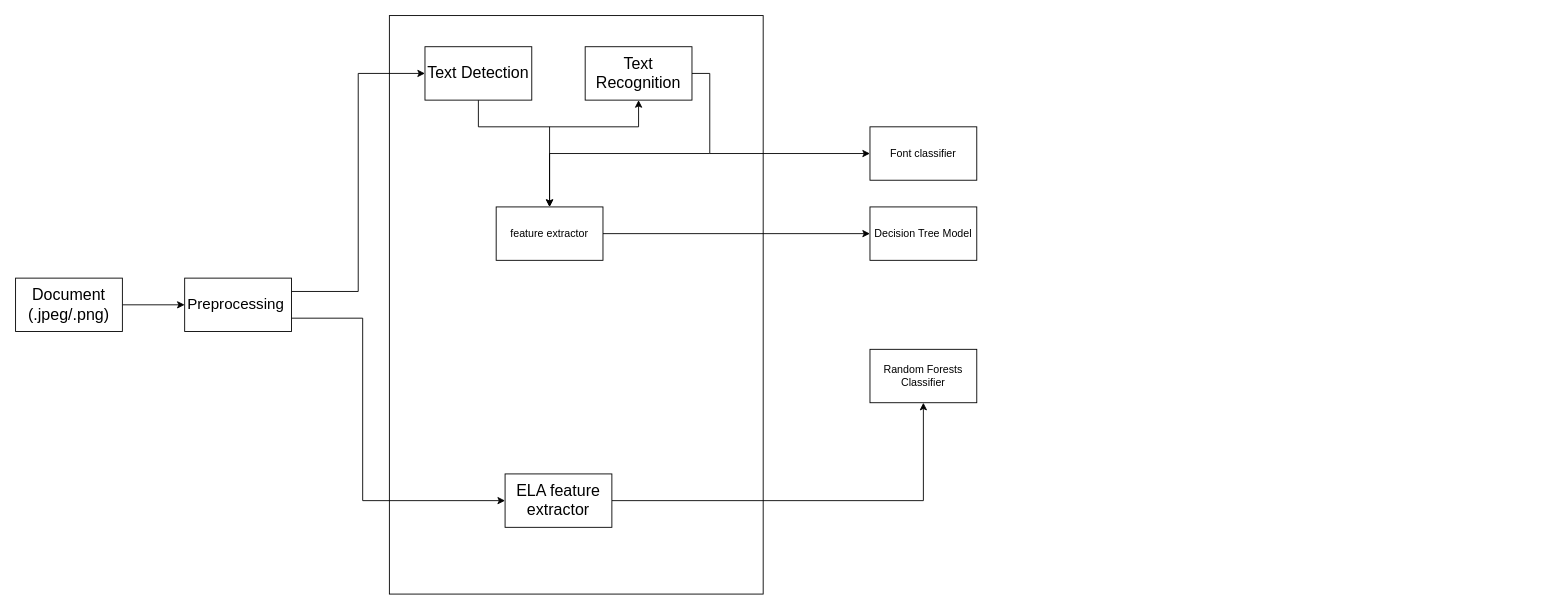
ShauryaBhardwaj/CSF425 keeps this draw.io diagram as Untitled Diagram.drawio. Above is the earlier version. Source tidied: cells renumbered, new cells numbered last; positions are measured from the earlier drawing's top-left corner, leaving out a move shared by most shapes. Both pictures are drawn from the tidied source at 89%, with x=0, y=0 at pixel (15, 15).
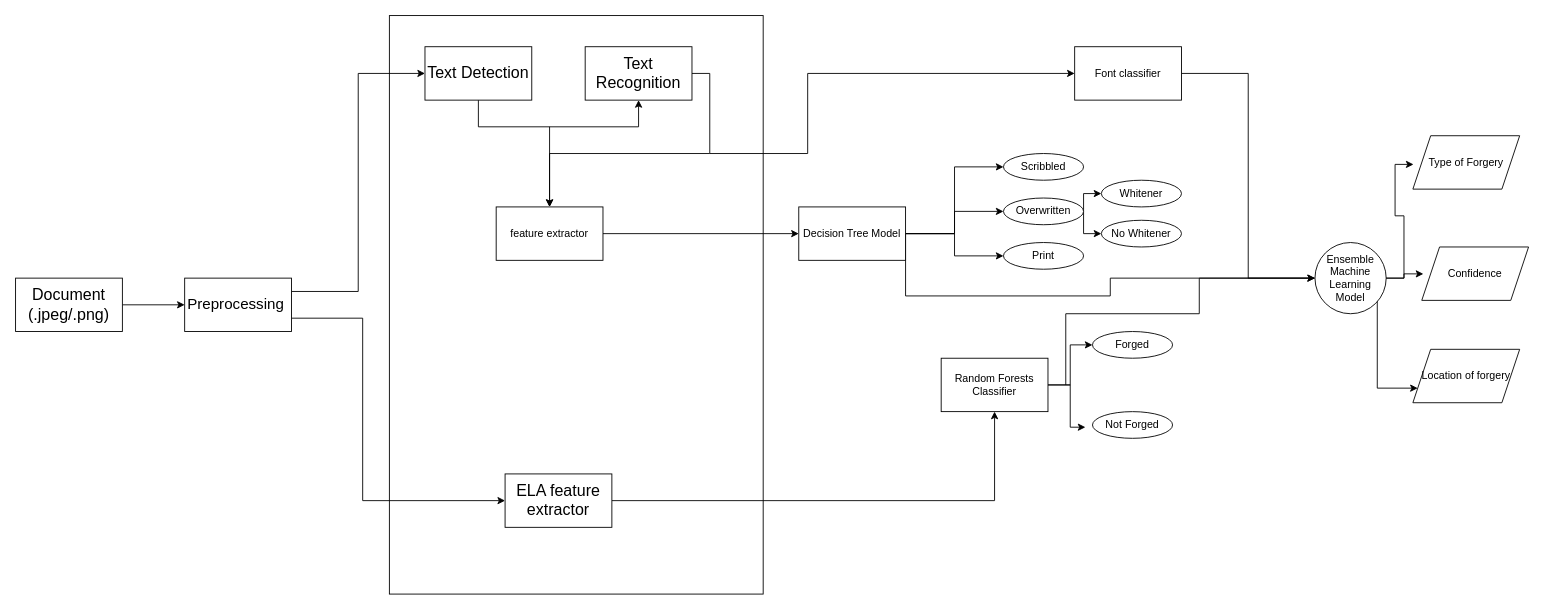
After the change.

What changed in the source:
```diff
@@
+    <mxCell id="21" style="edgeStyle=orthogonalEdgeStyle;rounded=0;jettySize=auto;html=1;exitX=1;exitY=0.5;exitDx=0;exitDy=0;entryX=0;entryY=0.5;entryDx=0;entryDy=0;" parent="1" edge="1" source="14" target="35">
+      <mxGeometry relative="1" as="geometry" />
+    </mxCell>
+    <mxCell id="22" style="edgeStyle=orthogonalEdgeStyle;rounded=0;orthogonalLoop=1;jettySize=auto;html=1;exitX=1;exitY=0.5;exitDx=0;exitDy=0;entryX=0;entryY=0.5;entryDx=0;entryDy=0;" parent="1" edge="1">
+      <mxGeometry relative="1" as="geometry">
+        <mxPoint x="1180" y="415" as="sourcePoint" />
+        <mxPoint x="1480" y="295" as="targetPoint" />
+        <Array as="points">
+          <mxPoint x="1180" y="335" />
+          <mxPoint x="1330" y="335" />
+          <mxPoint x="1330" y="295" />
+        </Array>
+      </mxGeometry>
+    </mxCell>
     <mxCell id="14" value="Random Forests Classifier" style="whiteSpace=wrap;html=1;rounded=0;" parent="1" vertex="1">
-      <mxGeometry x="960" y="375" width="120" height="60" as="geometry" />
+      <mxGeometry x="1040" y="385" width="120" height="60" as="geometry" />
     </mxCell>
@@
+    <mxCell id="23" style="edgeStyle=orthogonalEdgeStyle;rounded=0;jettySize=auto;html=1;exitX=1;exitY=0.5;exitDx=0;exitDy=0;entryX=0;entryY=0.5;entryDx=0;entryDy=0;" parent="1" edge="1" source="18" target="28">
+      <mxGeometry relative="1" as="geometry" />
+    </mxCell>
+    <mxCell id="24" style="edgeStyle=orthogonalEdgeStyle;rounded=0;jettySize=auto;html=1;exitX=1;exitY=0.5;exitDx=0;exitDy=0;entryX=0;entryY=0.5;entryDx=0;entryDy=0;" parent="1" edge="1" source="18" target="31">
+      <mxGeometry relative="1" as="geometry" />
+    </mxCell>
+    <mxCell id="25" style="edgeStyle=orthogonalEdgeStyle;rounded=0;jettySize=auto;html=1;exitX=1;exitY=0.5;exitDx=0;exitDy=0;entryX=0;entryY=0.5;entryDx=0;entryDy=0;" parent="1" edge="1" source="18" target="32">
+      <mxGeometry relative="1" as="geometry" />
+    </mxCell>
+    <mxCell id="26" style="edgeStyle=orthogonalEdgeStyle;rounded=0;jettySize=auto;html=1;exitX=1;exitY=0.5;exitDx=0;exitDy=0;entryX=0;entryY=0.5;entryDx=0;entryDy=0;" parent="1" edge="1" source="18" target="39">
+      <mxGeometry relative="1" as="geometry">
+        <Array as="points">
+          <mxPoint x="1000" y="315" />
+          <mxPoint x="1230" y="315" />
+          <mxPoint x="1230" y="295" />
+        </Array>
+      </mxGeometry>
+    </mxCell>
     <mxCell id="18" value="Decision Tree Model" style="whiteSpace=wrap;html=1;rounded=0;" parent="1" vertex="1">
-      <mxGeometry x="960" y="215" width="120" height="60" as="geometry" />
+      <mxGeometry x="880" y="215" width="120" height="60" as="geometry" />
     </mxCell>
     <mxCell id="19" style="endArrow=classic;html=1;rounded=0;entryX=0;entryY=0.5;entryDx=0;entryDy=0;" parent="1" edge="1" target="20">
       <mxGeometry relative="1" as="geometry">
         <mxPoint x="780" y="155" as="sourcePoint" />
+        <Array as="points">
+          <mxPoint x="890" y="155" />
+          <mxPoint x="890" y="65" />
+        </Array>
       </mxGeometry>
     </mxCell>
+    <mxCell id="27" style="edgeStyle=orthogonalEdgeStyle;rounded=0;jettySize=auto;html=1;exitX=1;exitY=0.5;exitDx=0;exitDy=0;entryX=0;entryY=0.5;entryDx=0;entryDy=0;" parent="1" edge="1" source="20" target="39">
+      <mxGeometry relative="1" as="geometry" />
+    </mxCell>
     <mxCell id="20" value="Font classifier" style="rounded=0;whiteSpace=wrap;html=1;" parent="1" vertex="1">
-      <mxGeometry x="960" y="125" width="120" height="60" as="geometry" />
+      <mxGeometry x="1190" y="35" width="120" height="60" as="geometry" />
     </mxCell>
+    <mxCell id="28" value="Scribbled" style="ellipse;whiteSpace=wrap;html=1;" parent="1" vertex="1">
+      <mxGeometry x="1110" y="155" width="90" height="30" as="geometry" />
+    </mxCell>
+    <mxCell id="29" style="edgeStyle=orthogonalEdgeStyle;rounded=0;jettySize=auto;html=1;exitX=1;exitY=0.5;exitDx=0;exitDy=0;entryX=0;entryY=0.5;entryDx=0;entryDy=0;" parent="1" edge="1" source="31" target="33">
+      <mxGeometry relative="1" as="geometry">
+        <Array as="points">
+          <mxPoint x="1200" y="200" />
+        </Array>
+      </mxGeometry>
+    </mxCell>
+    <mxCell id="30" style="edgeStyle=orthogonalEdgeStyle;rounded=0;jettySize=auto;html=1;exitX=1;exitY=0.5;exitDx=0;exitDy=0;entryX=0;entryY=0.5;entryDx=0;entryDy=0;" parent="1" edge="1" source="31" target="34">
+      <mxGeometry relative="1" as="geometry">
+        <Array as="points">
+          <mxPoint x="1200" y="245" />
+        </Array>
+      </mxGeometry>
+    </mxCell>
+    <mxCell id="31" value="Overwritten" style="ellipse;whiteSpace=wrap;html=1;" parent="1" vertex="1">
+      <mxGeometry x="1110" y="205" width="90" height="30" as="geometry" />
+    </mxCell>
+    <mxCell id="32" value="Print" style="ellipse;whiteSpace=wrap;html=1;" parent="1" vertex="1">
+      <mxGeometry x="1110" y="255" width="90" height="30" as="geometry" />
+    </mxCell>
+    <mxCell id="33" value="Whitener" style="ellipse;whiteSpace=wrap;html=1;" parent="1" vertex="1">
+      <mxGeometry x="1220" y="185" width="90" height="30" as="geometry" />
+    </mxCell>
+    <mxCell id="34" value="No Whitener" style="ellipse;whiteSpace=wrap;html=1;" parent="1" vertex="1">
+      <mxGeometry x="1220" y="230" width="90" height="30" as="geometry" />
+    </mxCell>
+    <mxCell id="35" value="Forged" style="ellipse;whiteSpace=wrap;html=1;" parent="1" vertex="1">
+      <mxGeometry x="1210" y="355" width="90" height="30" as="geometry" />
+    </mxCell>
+    <mxCell id="36" value="Not Forged" style="ellipse;whiteSpace=wrap;html=1;" parent="1" vertex="1">
+      <mxGeometry x="1210" y="445" width="90" height="30" as="geometry" />
+    </mxCell>
+    <mxCell id="37" style="edgeStyle=orthogonalEdgeStyle;rounded=0;jettySize=auto;html=1;exitX=1;exitY=0.5;exitDx=0;exitDy=0;entryX=-0.088;entryY=0.584;entryDx=0;entryDy=0;entryPerimeter=0;" parent="1" edge="1" source="14" target="36">
+      <mxGeometry relative="1" as="geometry" />
+    </mxCell>
+    <mxCell id="38" style="edgeStyle=orthogonalEdgeStyle;rounded=0;jettySize=auto;html=1;exitX=1;exitY=0.5;exitDx=0;exitDy=0;entryX=0;entryY=0.75;entryDx=0;entryDy=0;" parent="1" edge="1" source="39" target="42">
+      <mxGeometry relative="1" as="geometry">
+        <Array as="points">
+          <mxPoint x="1530" y="295" />
+          <mxPoint x="1530" y="419" />
+        </Array>
+      </mxGeometry>
+    </mxCell>
+    <mxCell id="39" value="Ensemble Machine Learning Model" style="ellipse;whiteSpace=wrap;html=1;" parent="1" vertex="1">
+      <mxGeometry x="1460" y="255" width="80" height="80" as="geometry" />
+    </mxCell>
+    <mxCell id="40" value="Type of Forgery" style="shape=parallelogram;perimeter=parallelogramPerimeter;whiteSpace=wrap;html=1;fixedSize=1;" parent="1" vertex="1">
+      <mxGeometry x="1570" y="135" width="120" height="60" as="geometry" />
+    </mxCell>
+    <mxCell id="41" value="Confidence" style="shape=parallelogram;perimeter=parallelogramPerimeter;whiteSpace=wrap;html=1;fixedSize=1;" parent="1" vertex="1">
+      <mxGeometry x="1580" y="260" width="120" height="60" as="geometry" />
+    </mxCell>
+    <mxCell id="42" value="Location of forgery" style="shape=parallelogram;perimeter=parallelogramPerimeter;whiteSpace=wrap;html=1;fixedSize=1;" parent="1" vertex="1">
+      <mxGeometry x="1570" y="375" width="120" height="60" as="geometry" />
+    </mxCell>
+    <mxCell id="43" style="edgeStyle=orthogonalEdgeStyle;rounded=0;jettySize=auto;html=1;exitX=1;exitY=0.5;exitDx=0;exitDy=0;entryX=0.015;entryY=0.504;entryDx=0;entryDy=0;entryPerimeter=0;" parent="1" edge="1" source="39" target="41">
+      <mxGeometry relative="1" as="geometry" />
+    </mxCell>
+    <mxCell id="44" style="edgeStyle=orthogonalEdgeStyle;rounded=0;jettySize=auto;html=1;exitX=1;exitY=0.5;exitDx=0;exitDy=0;entryX=0.006;entryY=0.537;entryDx=0;entryDy=0;entryPerimeter=0;" parent="1" edge="1" source="39" target="40">
+      <mxGeometry relative="1" as="geometry" />
+    </mxCell>
```
